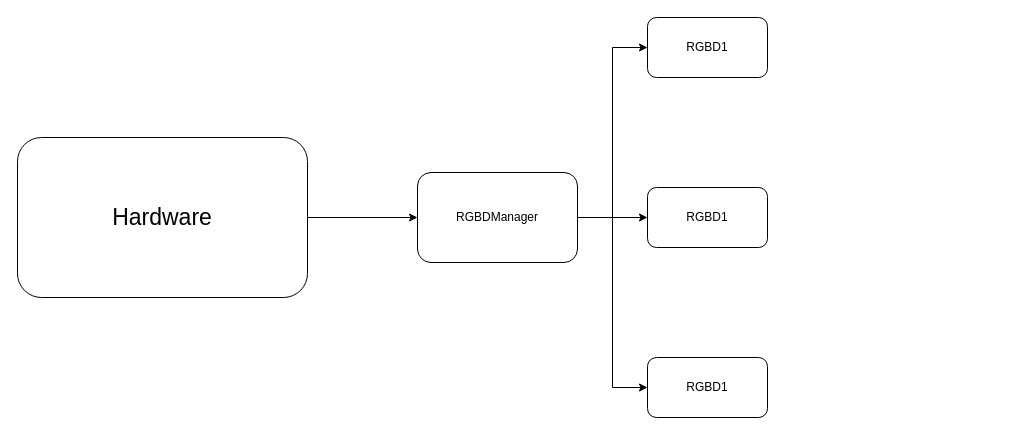
Before: rgbd固件升级逻辑.drawio in Jev0987/drawioFile, a draw.io diagram. Source tidied: cells renumbered, new cells numbered last; positions are measured from the earlier drawing's top-left corner, leaving out a move shared by most shapes. Both pictures are drawn from the tidied source at 100%, with x=0, y=0 at pixel (17, 17).
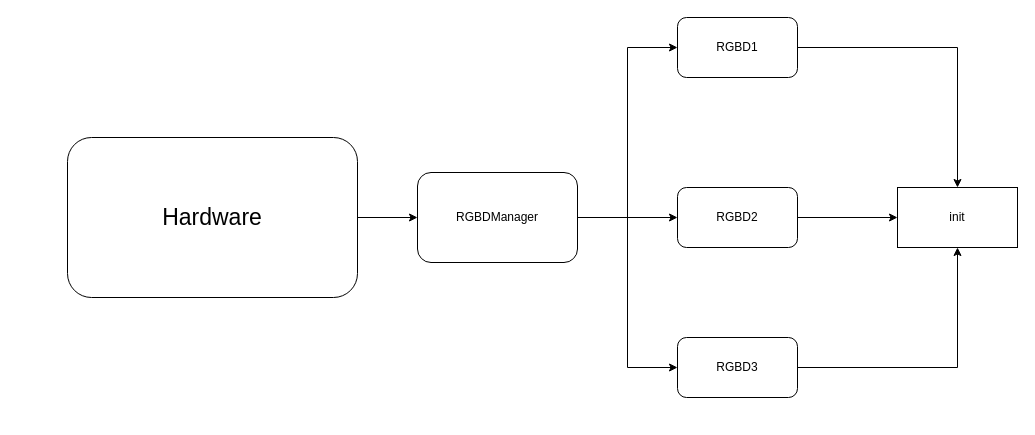
The same diagram, later.

Commit message:
更新rgbd固件升级逻辑.drawio

Diff of the diagram source:
```diff
@@
 <mxGraphModel>
   <root>
     <mxCell id="0" />
     <mxCell id="1" parent="0" />
     <mxCell id="2" style="edgeStyle=orthogonalEdgeStyle;rounded=0;jettySize=auto;html=1;" parent="1" edge="1" source="3" target="6">
       <mxGeometry relative="1" as="geometry" />
     </mxCell>
     <mxCell id="3" value="&lt;font style=&quot;font-size: 23px;&quot;&gt;Hardware&lt;/font&gt;" style="rounded=1;whiteSpace=wrap;html=1;" parent="1" vertex="1">
-      <mxGeometry y="120" width="290" height="160" as="geometry" />
+      <mxGeometry x="50" y="120" width="290" height="160" as="geometry" />
     </mxCell>
     <mxCell id="4" style="edgeStyle=orthogonalEdgeStyle;rounded=0;jettySize=auto;html=1;entryX=0;entryY=0.5;entryDx=0;entryDy=0;" parent="1" edge="1" source="6" target="7">
       <mxGeometry relative="1" as="geometry" />
     </mxCell>
     <mxCell id="5" style="edgeStyle=orthogonalEdgeStyle;rounded=0;jettySize=auto;html=1;exitX=1;exitY=0.5;exitDx=0;exitDy=0;entryX=0;entryY=0.5;entryDx=0;entryDy=0;" parent="1" edge="1" source="6" target="8">
       <mxGeometry relative="1" as="geometry" />
     </mxCell>
     <mxCell id="6" value="RGBDManager" style="rounded=1;whiteSpace=wrap;html=1;" parent="1" vertex="1">
       <mxGeometry x="400" y="155" width="160" height="90" as="geometry" />
     </mxCell>
+    <mxCell id="11" style="edgeStyle=orthogonalEdgeStyle;rounded=0;jettySize=auto;html=1;exitX=1;exitY=0.5;exitDx=0;exitDy=0;entryX=0.5;entryY=0;entryDx=0;entryDy=0;" parent="1" edge="1" source="7" target="14">
+      <mxGeometry relative="1" as="geometry" />
+    </mxCell>
     <mxCell id="7" value="RGBD1" style="whiteSpace=wrap;html=1;rounded=1;" parent="1" vertex="1">
-      <mxGeometry x="630" width="120" height="60" as="geometry" />
+      <mxGeometry x="660" width="120" height="60" as="geometry" />
     </mxCell>
+    <mxCell id="12" style="edgeStyle=orthogonalEdgeStyle;rounded=0;jettySize=auto;html=1;exitX=1;exitY=0.5;exitDx=0;exitDy=0;entryX=0;entryY=0.5;entryDx=0;entryDy=0;" parent="1" edge="1" source="8" target="14">
+      <mxGeometry relative="1" as="geometry" />
+    </mxCell>
-    <mxCell id="8" value="RGBD1" style="whiteSpace=wrap;html=1;rounded=1;" parent="1" vertex="1">
-      <mxGeometry x="630" y="170" width="120" height="60" as="geometry" />
+    <mxCell id="8" value="RGBD2" style="whiteSpace=wrap;html=1;rounded=1;" parent="1" vertex="1">
+      <mxGeometry x="660" y="170" width="120" height="60" as="geometry" />
     </mxCell>
+    <mxCell id="13" style="edgeStyle=orthogonalEdgeStyle;rounded=0;jettySize=auto;html=1;exitX=1;exitY=0.5;exitDx=0;exitDy=0;entryX=0.5;entryY=1;entryDx=0;entryDy=0;" parent="1" edge="1" source="9" target="14">
+      <mxGeometry relative="1" as="geometry" />
+    </mxCell>
-    <mxCell id="9" value="RGBD1" style="whiteSpace=wrap;html=1;rounded=1;" parent="1" vertex="1">
-      <mxGeometry x="630" y="340" width="120" height="60" as="geometry" />
+    <mxCell id="9" value="RGBD3" style="whiteSpace=wrap;html=1;rounded=1;" parent="1" vertex="1">
+      <mxGeometry x="660" y="320" width="120" height="60" as="geometry" />
     </mxCell>
     <mxCell id="10" style="edgeStyle=orthogonalEdgeStyle;rounded=0;jettySize=auto;html=1;exitX=1;exitY=0.5;exitDx=0;exitDy=0;entryX=0;entryY=0.5;entryDx=0;entryDy=0;" parent="1" edge="1" source="6" target="9">
       <mxGeometry relative="1" as="geometry" />
     </mxCell>
+    <mxCell id="14" value="init" style="whiteSpace=wrap;html=1;" parent="1" vertex="1">
+      <mxGeometry x="880" y="170" width="120" height="60" as="geometry" />
+    </mxCell>
   </root>
 </mxGraphModel>
```
